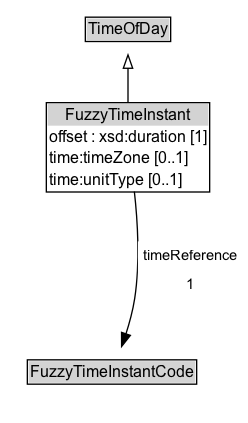
k-vaughn/ontology-its-time keeps this Graphviz diagram as docs/diagrams/FuzzyTimeInstant.dot.png. Above is the earlier version. Its source is kept beside it as docs/diagrams/FuzzyTimeInstant.dot.
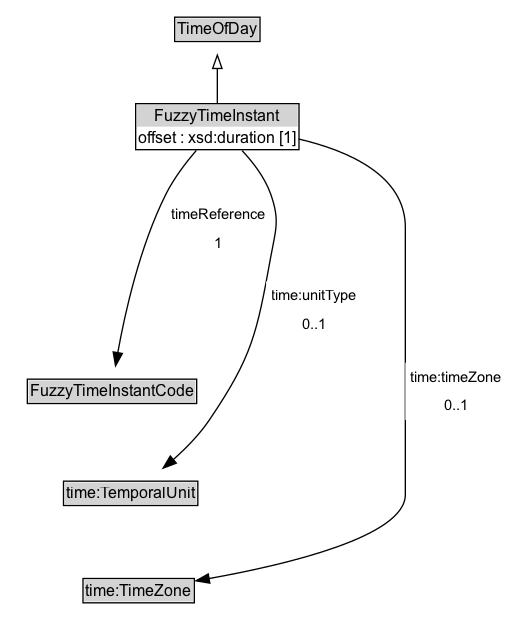
After the change.

Diff of the diagram source:
```diff
@@ -6,7 +6,7 @@
 		rank=source
 		TimeOfDay [label=<<TABLE BORDER="1" CELLBORDER="0" CELLSPACING="0" CELLPADDING="1"><TR><TD BGCOLOR="lightgray" ALIGN="CENTER">TimeOfDay</TD></TR></TABLE>> URL="../TimeOfDay" margin=0]
 	}
-	FuzzyTimeInstant [label=<<TABLE BORDER="1" CELLBORDER="0" CELLSPACING="0" CELLPADDING="1"><TR><TD BGCOLOR="lightgray" ALIGN="CENTER">FuzzyTimeInstant</TD></TR><TR><TD ALIGN="LEFT">offset : xsd:duration [1]</TD></TR><TR><TD ALIGN="LEFT">time:timeZone [0..1]</TD></TR><TR><TD ALIGN="LEFT">time:unitType [0..1]</TD></TR></TABLE>> URL="../FuzzyTimeInstant" margin=0]
+	FuzzyTimeInstant [label=<<TABLE BORDER="1" CELLBORDER="0" CELLSPACING="0" CELLPADDING="1"><TR><TD BGCOLOR="lightgray" ALIGN="CENTER">FuzzyTimeInstant</TD></TR><TR><TD ALIGN="LEFT">offset : xsd:duration [1]</TD></TR></TABLE>> URL="../FuzzyTimeInstant" margin=0]
 	{
 		rank=max
 	}
@@ -14,10 +14,18 @@
 		label="" style=invis
 		Invis [label=<<TABLE BORDER="0" CELLBORDER="0" CELLSPACING="0" CELLPADDING="1"><TR><TD></TD></TR></TABLE>> margin=0 style=invis]
 		FuzzyTimeInstantCode [label=<<TABLE BORDER="1" CELLBORDER="0" CELLSPACING="0" CELLPADDING="1"><TR><TD BGCOLOR="lightgray" ALIGN="CENTER">FuzzyTimeInstantCode</TD></TR></TABLE>> URL="../FuzzyTimeInstantCode" margin=0]
+		time_TemporalUnit [label=<<TABLE BORDER="1" CELLBORDER="0" CELLSPACING="0" CELLPADDING="1"><TR><TD BGCOLOR="lightgray" ALIGN="CENTER">time:TemporalUnit</TD></TR></TABLE>> URL="https://w3id.org/citydata/imported/time/latest/TemporalUnit" margin=0]
+		time_TimeZone [label=<<TABLE BORDER="1" CELLBORDER="0" CELLSPACING="0" CELLPADDING="1"><TR><TD BGCOLOR="lightgray" ALIGN="CENTER">time:TimeZone</TD></TR></TABLE>> URL="https://w3id.org/citydata/imported/time/latest/TimeZone" margin=0]
 	}
 	FuzzyTimeInstant -> TimeOfDay [arrowhead=onormal style=solid]
 	FuzzyTimeInstant -> Invis [style=invis]
 	Invis -> FuzzyTimeInstantCode [style=invis]
+	FuzzyTimeInstantCode -> time_TemporalUnit [style=invis]
+	time_TemporalUnit -> time_TimeZone [style=invis]
 	FuzzyTimeInstantCode [label=<<TABLE BORDER="1" CELLBORDER="0" CELLSPACING="0" CELLPADDING="1"><TR><TD BGCOLOR="lightgray" ALIGN="CENTER">FuzzyTimeInstantCode</TD></TR></TABLE>> URL="../FuzzyTimeInstantCode" margin=0]
 	FuzzyTimeInstant -> FuzzyTimeInstantCode [label=<<TABLE BORDER="0" CELLBORDER="0" CELLSPACING="0" CELLPADDING="4" BGCOLOR="white"><TR><TD ALIGN="CENTER">timeReference</TD></TR><TR><TD ALIGN="CENTER">1</TD></TR></TABLE>> arrowhead=normal style=solid]
+	time_TimeZone [label=<<TABLE BORDER="1" CELLBORDER="0" CELLSPACING="0" CELLPADDING="1"><TR><TD BGCOLOR="lightgray" ALIGN="CENTER">time:TimeZone</TD></TR></TABLE>> URL="https://w3id.org/citydata/imported/time/latest/TimeZone" margin=0]
+	FuzzyTimeInstant -> time_TimeZone [label=<<TABLE BORDER="0" CELLBORDER="0" CELLSPACING="0" CELLPADDING="4" BGCOLOR="white"><TR><TD ALIGN="CENTER">time:timeZone</TD></TR><TR><TD ALIGN="CENTER">0..1</TD></TR></TABLE>> arrowhead=normal style=solid]
+	time_TemporalUnit [label=<<TABLE BORDER="1" CELLBORDER="0" CELLSPACING="0" CELLPADDING="1"><TR><TD BGCOLOR="lightgray" ALIGN="CENTER">time:TemporalUnit</TD></TR></TABLE>> URL="https://w3id.org/citydata/imported/time/latest/TemporalUnit" margin=0]
+	FuzzyTimeInstant -> time_TemporalUnit [label=<<TABLE BORDER="0" CELLBORDER="0" CELLSPACING="0" CELLPADDING="4" BGCOLOR="white"><TR><TD ALIGN="CENTER">time:unitType</TD></TR><TR><TD ALIGN="CENTER">0..1</TD></TR></TABLE>> arrowhead=normal style=solid]
 }
```
